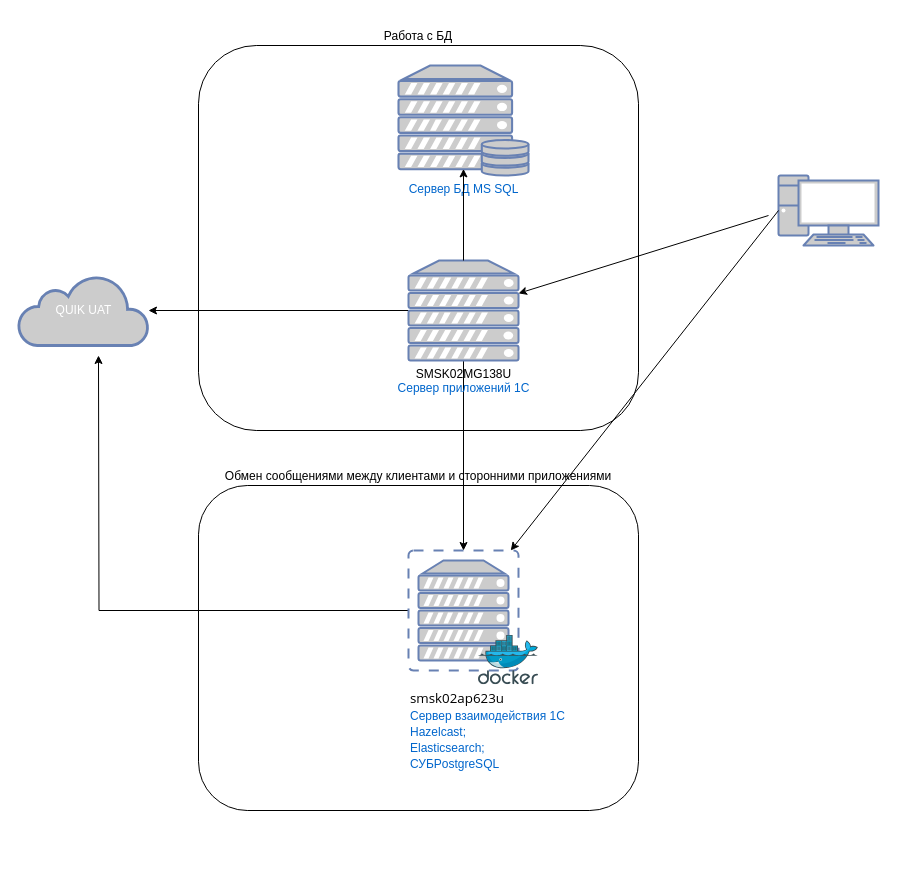
Above: СерверВзаимодействия1С-Фронт.drawio in av-konst/draw-io (draw.io), before the change. Source tidied: cells renumbered, new cells numbered last; positions are measured from the earlier drawing's top-left corner, leaving out a move shared by most shapes. Both pictures are drawn from the tidied source at 100%, with x=0, y=0 at pixel (18, 45).
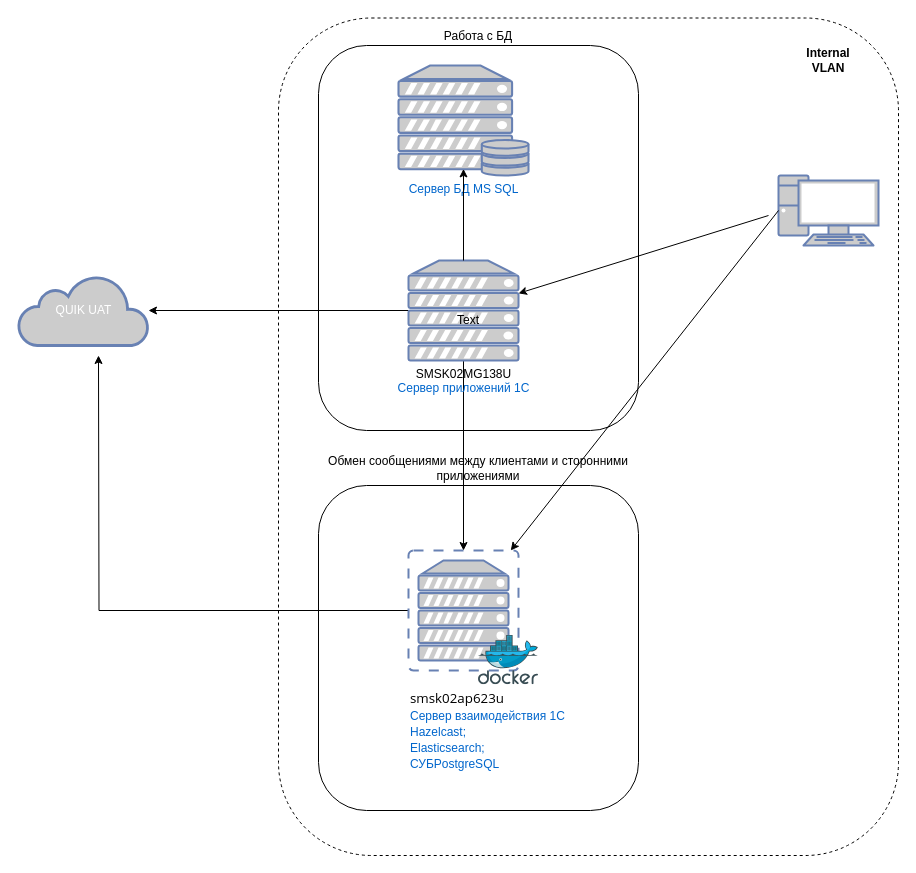
The same page after the edit.

What changed in the source:
```diff
@@
+    <mxCell id="16" style="rounded=1;whiteSpace=wrap;html=1;labelPosition=center;verticalLabelPosition=top;align=center;verticalAlign=bottom;dashed=1;" parent="1" vertex="1">
+      <mxGeometry x="260" y="-27.5" width="620" height="837.5" as="geometry" />
+    </mxCell>
     <mxCell id="2" value="Обмен сообщениями между клиентами и сторонними приложениями" style="rounded=1;whiteSpace=wrap;html=1;labelPosition=center;verticalLabelPosition=top;align=center;verticalAlign=bottom;" parent="1" vertex="1">
-      <mxGeometry x="180" y="440" width="440" height="325" as="geometry" />
+      <mxGeometry x="300" y="440" width="320" height="325" as="geometry" />
     </mxCell>
     <mxCell id="3" value="Рабо&lt;span style=&quot;background-color: initial;&quot;&gt;та с БД&lt;/span&gt;" style="rounded=1;whiteSpace=wrap;html=1;labelPosition=center;verticalLabelPosition=top;align=center;verticalAlign=bottom;" parent="1" vertex="1">
-      <mxGeometry x="180" width="440" height="385" as="geometry" />
+      <mxGeometry x="300" width="320" height="385" as="geometry" />
     </mxCell>
@@
+    <mxCell id="17" value="Text" style="text;html=1;align=center;verticalAlign=middle;whiteSpace=wrap;rounded=0;" parent="1" vertex="1">
+      <mxGeometry x="420" y="260" width="60" height="30" as="geometry" />
+    </mxCell>
+    <mxCell id="18" value="Internal VLAN" style="text;html=1;align=center;verticalAlign=middle;whiteSpace=wrap;rounded=0;fontStyle=1;dashed=1;" parent="1" vertex="1">
+      <mxGeometry x="780" width="60" height="30" as="geometry" />
+    </mxCell>
```
